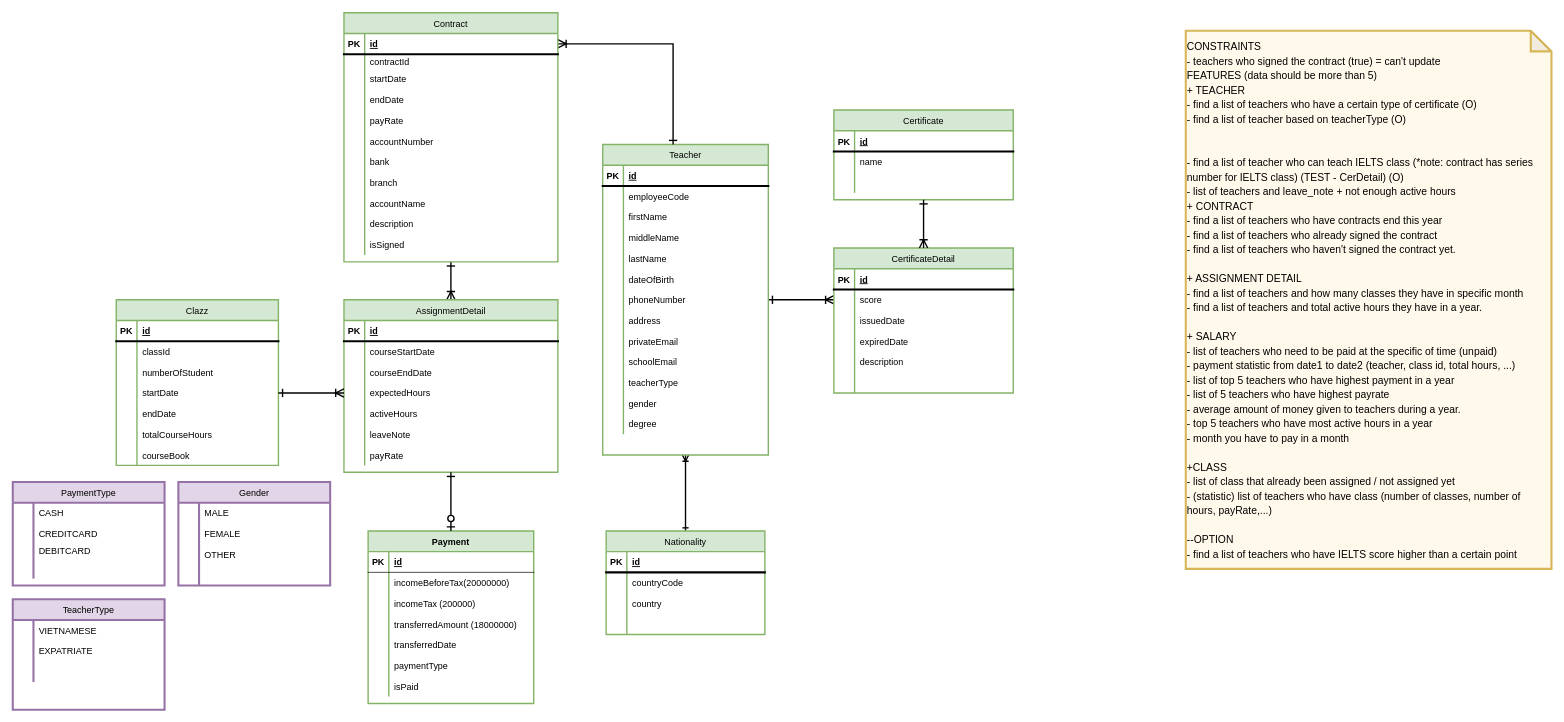
The draw.io diagram Teacher_Management_System - Type.drawio in AmberNguyn/PersonalProject_TeacherManagement, before the edit. Source tidied: cells renumbered, new cells numbered last; positions are measured from the earlier drawing's top-left corner, leaving out a move shared by most shapes. Both pictures are drawn from the tidied source at 69%, with x=0, y=0 at pixel (12, 12).
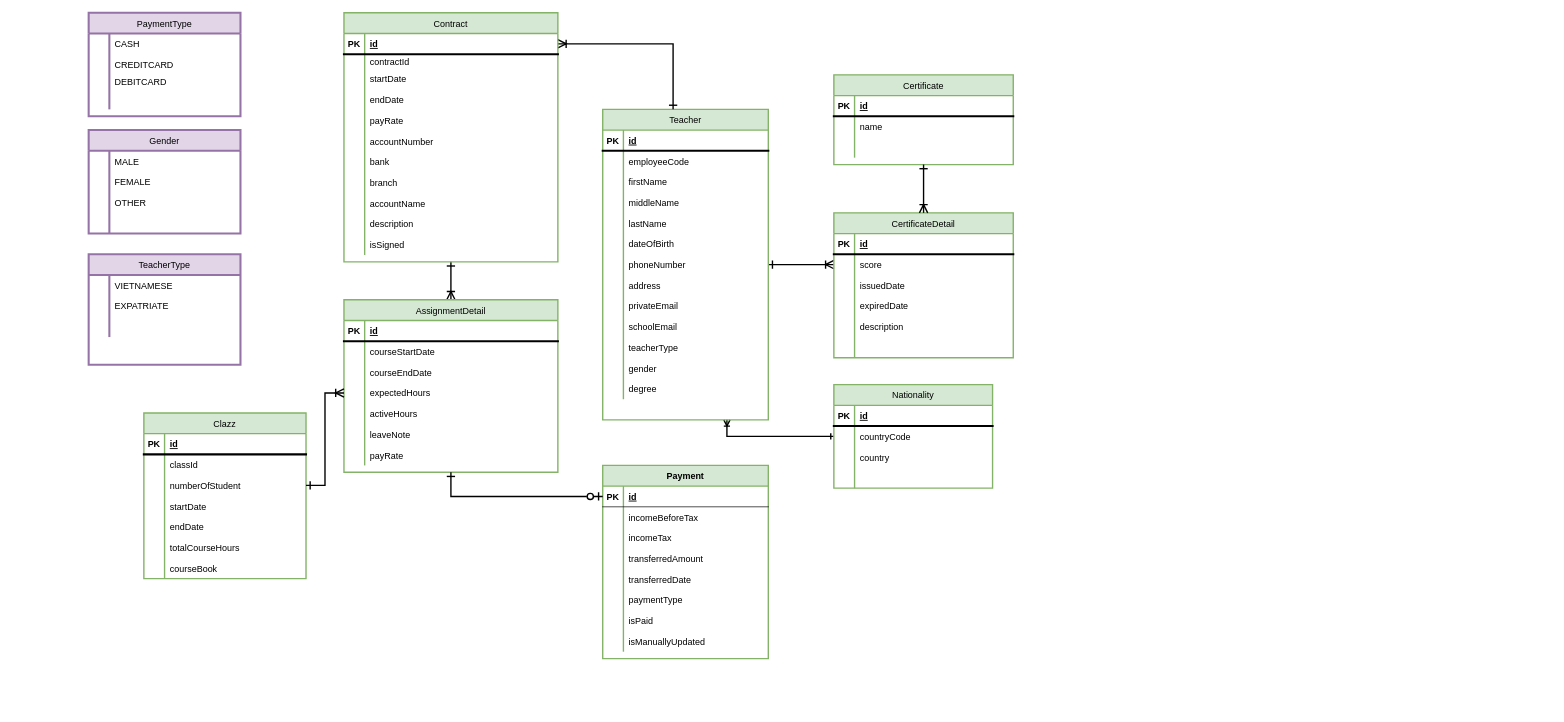
After the change.

The change refers to these unchanged cells:
```xml
<mxCell id="51" style="shape=tableRow;horizontal=0;startSize=0;swimlaneHead=0;swimlaneBody=0;fillColor=none;points=[[0,0.5],[1,0.5]];portConstraint=eastwest;top=0;left=0;right=0;bottom=0;labelBackgroundColor=none;fontSize=13;strokeWidth=3;fontStyle=0;" parent="44" vertex="1">
  <mxGeometry y="90" width="235" height="30" as="geometry" />
</mxCell>
<mxCell id="54" style="shape=tableRow;horizontal=0;startSize=0;swimlaneHead=0;swimlaneBody=0;fillColor=none;points=[[0,0.5],[1,0.5]];portConstraint=eastwest;top=0;left=0;right=0;bottom=0;labelBackgroundColor=none;fontSize=13;strokeWidth=3;fontStyle=0;" parent="44" vertex="1">
  <mxGeometry y="120" width="235" height="30" as="geometry" />
</mxCell>
<mxCell id="68" value="AssignmentDetail" style="shape=table;startSize=30;childLayout=tableLayout;rowLines=0;fontStyle=0;align=center;labelBackgroundColor=none;fontSize=13;strokeWidth=2;fillColor=#d5e8d4;strokeColor=#82b366;" parent="1" vertex="1">
  <mxGeometry x="480" y="416" width="310" height="250" as="geometry" />
</mxCell>
<mxCell id="78" style="shape=tableRow;horizontal=0;startSize=0;swimlaneHead=0;swimlaneBody=0;fillColor=none;points=[[0,0.5],[1,0.5]];portConstraint=eastwest;top=0;left=0;right=0;bottom=0;labelBackgroundColor=none;fontSize=13;strokeWidth=3;fontStyle=0;" parent="68" vertex="1">
  <mxGeometry y="120" width="310" height="30" as="geometry" />
</mxCell>
<mxCell id="162" style="shape=tableRow;horizontal=0;startSize=0;swimlaneHead=0;swimlaneBody=0;fillColor=none;points=[[0,0.5],[1,0.5]];portConstraint=eastwest;top=0;left=0;right=0;bottom=1;fontSize=13;" parent="161" vertex="1">
  <mxGeometry y="30" width="240" height="30" as="geometry" />
</mxCell>
<mxCell id="165" style="shape=tableRow;horizontal=0;startSize=0;swimlaneHead=0;swimlaneBody=0;fillColor=none;top=0;left=0;right=0;bottom=0;fontSize=13;" parent="161" vertex="1">
  <mxGeometry y="60" width="240" height="30" as="geometry" />
</mxCell>
<mxCell id="168" style="shape=tableRow;horizontal=0;startSize=0;swimlaneHead=0;swimlaneBody=0;fillColor=none;top=0;left=0;right=0;bottom=0;fontSize=13;" parent="161" vertex="1">
  <mxGeometry y="90" width="240" height="30" as="geometry" />
</mxCell>
<mxCell id="171" style="shape=tableRow;horizontal=0;startSize=0;swimlaneHead=0;swimlaneBody=0;fillColor=none;top=0;left=0;right=0;bottom=0;fontSize=13;" parent="161" vertex="1">
  <mxGeometry y="120" width="240" height="30" as="geometry" />
</mxCell>
<mxCell id="188" style="shape=tableRow;horizontal=0;startSize=0;swimlaneHead=0;swimlaneBody=0;fillColor=none;points=[[0,0.5],[1,0.5]];portConstraint=eastwest;top=0;left=0;right=0;bottom=0;labelBackgroundColor=none;fontSize=13;strokeWidth=3;fontStyle=0;" parent="184" vertex="1">
  <mxGeometry y="60" width="230" height="30" as="geometry" />
</mxCell>
```

Change to the diagram source:
```diff
@@
-    <mxCell id="2" style="edgeStyle=orthogonalEdgeStyle;rounded=0;jettySize=auto;html=1;entryX=0.5;entryY=0;entryDx=0;entryDy=0;startArrow=ERoneToMany;startFill=0;endArrow=ERone;endFill=0;strokeWidth=2;fontSize=13;" parent="1" edge="1" source="4" target="184">
+    <mxCell id="2" style="edgeStyle=orthogonalEdgeStyle;rounded=0;jettySize=auto;html=1;entryX=0;entryY=0.5;entryDx=0;entryDy=0;startArrow=ERoneToMany;startFill=0;endArrow=ERone;endFill=0;strokeWidth=2;fontSize=13;exitX=0.75;exitY=1;exitDx=0;exitDy=0;" parent="1" edge="1" source="4" target="188">
       <mxGeometry relative="1" as="geometry" />
     </mxCell>
@@
     <mxCell id="4" value="Teacher" style="shape=table;startSize=30;childLayout=tableLayout;rowLines=0;fontStyle=0;align=center;labelBackgroundColor=none;fontSize=13;strokeWidth=2;fillColor=#d5e8d4;strokeColor=#82b366;" parent="1" vertex="1">
-      <mxGeometry x="855" y="191" width="240" height="450" as="geometry" />
+      <mxGeometry x="855" y="140" width="240" height="450" as="geometry" />
     </mxCell>
@@
     <mxCell id="44" value="Clazz" style="shape=table;startSize=30;childLayout=tableLayout;rowLines=0;fontStyle=0;align=center;labelBackgroundColor=none;fontSize=13;strokeWidth=2;fillColor=#d5e8d4;strokeColor=#82b366;" parent="1" vertex="1">
-      <mxGeometry x="150" y="416" width="235" height="240" as="geometry" />
+      <mxGeometry x="190" y="580" width="235" height="240" as="geometry" />
     </mxCell>
@@
-    <mxCell id="90" style="fontSize=13;html=1;endArrow=ERoneToMany;endFill=0;rounded=0;startSize=9;endSize=9;strokeWidth=2;jumpSize=6;startArrow=ERone;startFill=0;edgeStyle=orthogonalEdgeStyle;entryX=0;entryY=0.5;entryDx=0;entryDy=0;fontStyle=0;exitX=1;exitY=0.5;exitDx=0;exitDy=0;" parent="1" edge="1" source="54" target="78">
-      <mxGeometry relative="1" as="geometry">
-        <Array as="points">
-          <mxPoint x="480" y="551" />
-        </Array>
-      </mxGeometry>
+    <mxCell id="90" style="fontSize=13;html=1;endArrow=ERoneToMany;endFill=0;rounded=0;startSize=9;endSize=9;strokeWidth=2;jumpSize=6;startArrow=ERone;startFill=0;edgeStyle=orthogonalEdgeStyle;entryX=0;entryY=0.5;entryDx=0;entryDy=0;fontStyle=0;exitX=1;exitY=0.5;exitDx=0;exitDy=0;" parent="1" edge="1" source="51" target="78">
+      <mxGeometry relative="1" as="geometry" />
     </mxCell>
@@
     <mxCell id="125" value="Gender" style="shape=table;startSize=30;childLayout=tableLayout;rowLines=0;fontStyle=0;align=center;labelBackgroundColor=none;fontSize=13;strokeWidth=3;fillColor=#e1d5e7;strokeColor=#9673a6;" parent="1" vertex="1">
-      <mxGeometry x="240" y="680" width="220" height="150" as="geometry" />
+      <mxGeometry x="110" y="170" width="220" height="150" as="geometry" />
     </mxCell>
@@
     <mxCell id="138" value="TeacherType" style="shape=table;startSize=30;childLayout=tableLayout;rowLines=0;fontStyle=0;align=center;labelBackgroundColor=none;fontSize=13;strokeWidth=3;fillColor=#e1d5e7;strokeColor=#9673a6;" parent="1" vertex="1">
-      <mxGeometry y="850" width="220" height="160" as="geometry" />
+      <mxGeometry x="110" y="350" width="220" height="160" as="geometry" />
     </mxCell>
@@
     <mxCell id="148" value="PaymentType" style="shape=table;startSize=30;childLayout=tableLayout;rowLines=0;fontStyle=0;align=center;labelBackgroundColor=none;fontSize=13;strokeWidth=3;fillColor=#e1d5e7;strokeColor=#9673a6;" parent="1" vertex="1">
-      <mxGeometry y="680" width="220" height="150" as="geometry" />
+      <mxGeometry x="110" width="220" height="150" as="geometry" />
     </mxCell>
@@
     <mxCell id="161" value="Payment" style="shape=table;startSize=30;childLayout=tableLayout;rowLines=0;fontStyle=1;align=center;fillColor=#d5e8d4;strokeColor=#82b366;fontSize=13;strokeWidth=2;" parent="1" vertex="1">
-      <mxGeometry x="515" y="751" width="240" height="250" as="geometry" />
+      <mxGeometry x="855" y="656" width="240" height="280" as="geometry" />
     </mxCell>
@@
-    <mxCell id="167" value="incomeBeforeTax(20000000)" style="shape=partialRectangle;fillColor=none;top=0;left=0;bottom=0;right=0;align=left;spacingLeft=6;overflow=hidden;fontSize=13;" parent="165" vertex="1">
+    <mxCell id="167" value="incomeBeforeTax" style="shape=partialRectangle;fillColor=none;top=0;left=0;bottom=0;right=0;align=left;spacingLeft=6;overflow=hidden;fontSize=13;" parent="165" vertex="1">
       <mxGeometry x="30" width="210" height="30" as="geometry" />
     </mxCell>
@@
-    <mxCell id="170" value="incomeTax (200000)" style="shape=partialRectangle;fillColor=none;top=0;left=0;bottom=0;right=0;align=left;spacingLeft=6;overflow=hidden;fontSize=13;" parent="168" vertex="1">
+    <mxCell id="170" value="incomeTax" style="shape=partialRectangle;fillColor=none;top=0;left=0;bottom=0;right=0;align=left;spacingLeft=6;overflow=hidden;fontSize=13;" parent="168" vertex="1">
       <mxGeometry x="30" width="210" height="30" as="geometry" />
     </mxCell>
@@
-    <mxCell id="173" value="transferredAmount (18000000)" style="shape=partialRectangle;fillColor=none;top=0;left=0;bottom=0;right=0;align=left;spacingLeft=6;overflow=hidden;fontSize=13;" parent="171" vertex="1">
+    <mxCell id="173" value="transferredAmount" style="shape=partialRectangle;fillColor=none;top=0;left=0;bottom=0;right=0;align=left;spacingLeft=6;overflow=hidden;fontSize=13;" parent="171" vertex="1">
       <mxGeometry x="30" width="210" height="30" as="geometry" />
     </mxCell>
@@
+    <mxCell id="228" style="shape=tableRow;horizontal=0;startSize=0;swimlaneHead=0;swimlaneBody=0;fillColor=none;top=0;left=0;right=0;bottom=0;fontSize=13;" parent="161" vertex="1">
+      <mxGeometry y="240" width="240" height="30" as="geometry" />
+    </mxCell>
+    <mxCell id="229" style="shape=partialRectangle;fillColor=none;top=0;left=0;bottom=0;right=0;overflow=hidden;fontSize=13;" parent="228" vertex="1">
+      <mxGeometry width="30" height="30" as="geometry" />
+    </mxCell>
+    <mxCell id="230" value="isManuallyUpdated" style="shape=partialRectangle;fillColor=none;top=0;left=0;bottom=0;right=0;align=left;spacingLeft=6;overflow=hidden;fontSize=13;" parent="228" vertex="1">
+      <mxGeometry x="30" width="210" height="30" as="geometry" />
+    </mxCell>
-    <mxCell id="183" style="edgeStyle=orthogonalEdgeStyle;rounded=0;jettySize=auto;html=1;entryX=0.5;entryY=0;entryDx=0;entryDy=0;endArrow=ERzeroToOne;endFill=0;startArrow=ERone;startFill=0;strokeWidth=2;fontSize=13;exitX=0.5;exitY=1;exitDx=0;exitDy=0;endSize=9;startSize=9;" parent="1" edge="1" source="68" target="161">
+    <mxCell id="183" style="edgeStyle=orthogonalEdgeStyle;rounded=0;jettySize=auto;html=1;entryX=0;entryY=0.5;entryDx=0;entryDy=0;endArrow=ERzeroToOne;endFill=0;startArrow=ERone;startFill=0;strokeWidth=2;fontSize=13;exitX=0.5;exitY=1;exitDx=0;exitDy=0;endSize=9;startSize=9;" parent="1" edge="1" source="68" target="162">
       <mxGeometry relative="1" as="geometry" />
     </mxCell>
     <mxCell id="184" value="Nationality" style="shape=table;startSize=30;childLayout=tableLayout;rowLines=0;fontStyle=0;align=center;labelBackgroundColor=none;fontSize=13;strokeWidth=2;fillColor=#d5e8d4;strokeColor=#82b366;" parent="1" vertex="1">
-      <mxGeometry x="860" y="751" width="230" height="150" as="geometry" />
+      <mxGeometry x="1190" y="539" width="230" height="150" as="geometry" />
     </mxCell>
@@
     <mxCell id="197" value="CertificateDetail" style="shape=table;startSize=30;childLayout=tableLayout;rowLines=0;fontStyle=0;align=center;labelBackgroundColor=none;fontSize=13;strokeWidth=2;fillColor=#d5e8d4;strokeColor=#82b366;" parent="1" vertex="1">
-      <mxGeometry x="1190" y="341" width="260" height="210" as="geometry" />
+      <mxGeometry x="1190" y="290" width="260" height="210" as="geometry" />
     </mxCell>
@@
     <mxCell id="216" value="Certificate" style="shape=table;startSize=30;childLayout=tableLayout;rowLines=0;fontStyle=0;align=center;labelBackgroundColor=none;fontSize=13;strokeWidth=2;fillColor=#d5e8d4;strokeColor=#82b366;" parent="1" vertex="1">
-      <mxGeometry x="1190" y="141" width="260" height="130" as="geometry" />
+      <mxGeometry x="1190" y="90" width="260" height="130" as="geometry" />
     </mxCell>
@@
-    <mxCell id="227" value="&lt;font style=&quot;font-size: 15px; line-height: 1.4;&quot;&gt;CONSTRAINTS&lt;br&gt;- teachers who signed the contract (true) = can't update&lt;br&gt;FEATURES (data should be more than 5)&lt;br&gt;+ TEACHER&lt;br&gt;- find a list of teachers who have a certain type of certificate (O)&lt;br&gt;- find a list of teacher based on teacherType (O)&lt;br&gt;&lt;br&gt;&lt;br&gt;- find a list of teacher who can teach IELTS class (*note: contract has series number for IELTS class) (TEST - CerDetail) (O)&lt;br&gt;- list of teachers and leave_note + not enough active hours&lt;br&gt;+ CONTRACT&lt;br&gt;- find a list of teachers who have contracts end this year&lt;br&gt;- find a list of teachers who already signed the contract&lt;br&gt;- find a list of teachers who haven't signed the contract yet.&lt;br&gt;&lt;br&gt;+ ASSIGNMENT DETAIL&lt;br&gt;- find a list of teachers and how many classes they have in specific month&lt;br&gt;- find a list of teachers and total active hours they have in a year.&lt;br&gt;&lt;br&gt;+ SALARY&lt;br&gt;- list of teachers who need to be paid at the specific of time (unpaid)&lt;br&gt;- payment statistic from date1 to date2 (teacher, class id, total hours, ...)&amp;nbsp;&lt;br&gt;- list of top 5 teachers who have highest payment in a year&lt;br&gt;- list of 5 teachers who have highest payrate&lt;br&gt;- average amount of money given to teachers during a year.&lt;br&gt;- top 5 teachers who have most active hours in a year&lt;br&gt;- month you have to pay in a month&lt;br&gt;&lt;br&gt;+CLASS&lt;br&gt;- list of class that already been assigned / not assigned yet&lt;br&gt;- (statistic) list of teachers who have class (number of classes, number of hours, payRate,...)&lt;br&gt;&lt;br&gt;--OPTION&lt;br&gt;- find a list of teachers who have IELTS score higher than a certain point&lt;br&gt;&lt;/font&gt;" style="shape=note;whiteSpace=wrap;html=1;backgroundOutline=1;darkOpacity=0.05;fontSize=13;strokeWidth=3;fillColor=#FFF9EB;strokeColor=#d6b656;align=left;" parent="1" vertex="1">
-      <mxGeometry x="1700" y="26" width="530" height="780" as="geometry" />
-    </mxCell>
```
